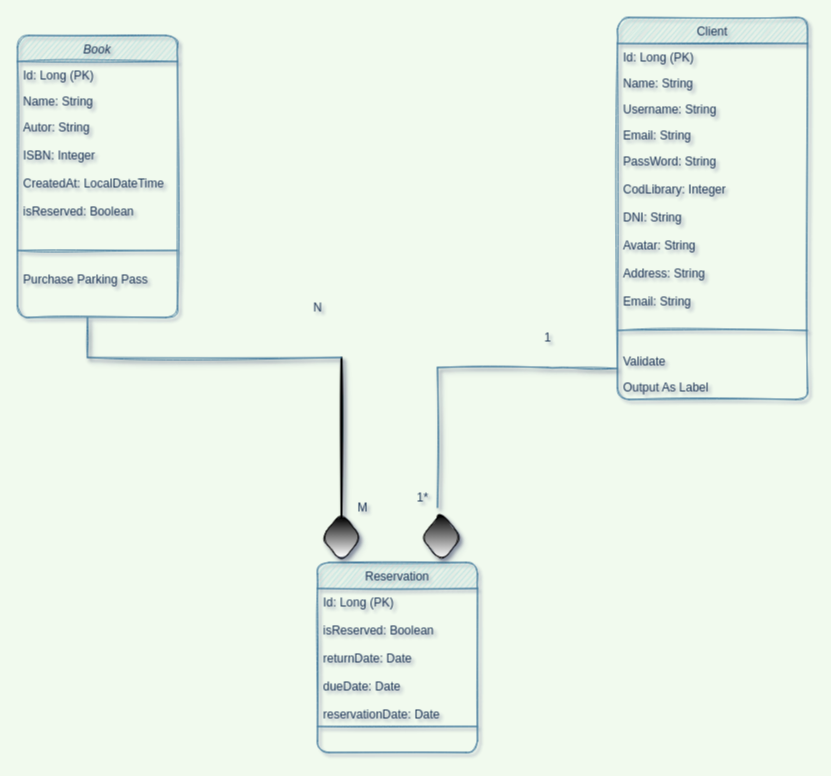
Before: diagram/Diagrama de clases BookLibrary.drawio in marioDAM/Spring-Book, a draw.io diagram. Source tidied: cells renumbered, new cells numbered last; positions are measured from the earlier drawing's top-left corner, leaving out a move shared by most shapes. Both pictures are drawn from the tidied source at 100%, with x=0, y=0 at pixel (17, 17).
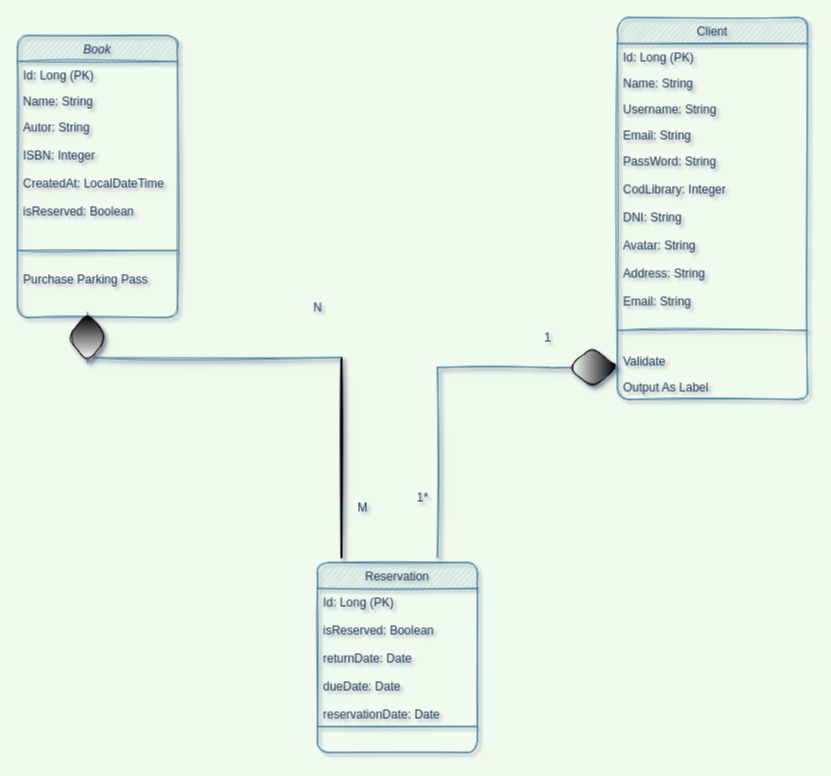
The same diagram, later.

Unchanged cells that the change refers to:
```xml
<mxCell id="8" value="Reservation&#10;" style="swimlane;fontStyle=0;align=center;verticalAlign=top;horizontal=1;startSize=26;rounded=1;shadow=0;strokeWidth=1;fillColor=#A8DADC;strokeColor=#457B9D;fontColor=#1D3557;sketch=1;" parent="1" vertex="1">
  <mxGeometry x="300" y="545" width="160" height="190" as="geometry" />
</mxCell>
```

What changed in the source:
```diff
@@
-    <mxCell id="26" style="rhombus;whiteSpace=wrap;html=1;rounded=1;sketch=1;fontColor=#000000;strokeColor=#000000;fillColor=#000000;shadow=1;labelBackgroundColor=#000000;labelBorderColor=default;gradientColor=#ffffff;" parent="1" vertex="1">
-      <mxGeometry x="304" y="495" width="40" height="50" as="geometry" />
-    </mxCell>
-    <mxCell id="27" style="endArrow=none;endSize=10;endFill=0;shadow=1;strokeWidth=1;rounded=1;edgeStyle=elbowEdgeStyle;elbow=vertical;strokeColor=#457B9D;fontColor=#1D3557;labelBackgroundColor=#F1FAEE;sketch=1;" parent="1" edge="1" source="8" target="26">
-      <mxGeometry relative="1" as="geometry" />
+    <mxCell id="27" style="endArrow=none;endSize=10;endFill=0;shadow=1;strokeWidth=1;rounded=1;edgeStyle=elbowEdgeStyle;elbow=vertical;strokeColor=#457B9D;fontColor=#1D3557;labelBackgroundColor=#F1FAEE;sketch=1;" parent="1" edge="1" source="8">
+      <mxGeometry relative="1" as="geometry">
+        <mxPoint x="324" y="545" as="targetPoint" />
+      </mxGeometry>
     </mxCell>
-    <mxCell id="28" style="rhombus;whiteSpace=wrap;html=1;rounded=1;sketch=1;fontColor=#000000;strokeColor=#000000;fillColor=#000000;shadow=1;labelBackgroundColor=#000000;labelBorderColor=default;gradientColor=#ffffff;" parent="1" vertex="1">
-      <mxGeometry x="404" y="495" width="40" height="50" as="geometry" />
+    <mxCell id="28" style="rhombus;whiteSpace=wrap;html=1;rounded=1;sketch=1;fontColor=#000000;strokeColor=#000000;fillColor=#000000;shadow=1;labelBackgroundColor=#000000;labelBorderColor=default;gradientColor=#ffffff;direction=south;" parent="1" vertex="1">
+      <mxGeometry x="550" y="330" width="50" height="40" as="geometry" />
     </mxCell>
     <mxCell id="29" style="endArrow=none;html=1;rounded=1;shadow=1;sketch=1;fontColor=#000000;strokeColor=#457B9D;fillColor=#A8DADC;" parent="1" edge="1">
       <mxGeometry relative="1" as="geometry">
-        <mxPoint x="420" y="490" as="sourcePoint" />
+        <mxPoint x="420" y="540" as="sourcePoint" />
         <mxPoint x="420" y="350" as="targetPoint" />
       </mxGeometry>
     </mxCell>
     <mxCell id="30" style="line;strokeWidth=2;direction=south;html=1;rounded=1;shadow=1;labelBackgroundColor=#000000;labelBorderColor=default;sketch=1;fontColor=#000000;fillColor=#000000;gradientColor=#ffffff;" parent="1" vertex="1">
-      <mxGeometry x="319" y="340" width="10" height="160" as="geometry" />
+      <mxGeometry x="319" y="340" width="10" height="200" as="geometry" />
     </mxCell>
@@
-    <mxCell id="32" style="endArrow=none;html=1;rounded=1;shadow=1;sketch=1;fontColor=#000000;strokeColor=#457B9D;fillColor=#A8DADC;" parent="1" edge="1">
+    <mxCell id="32" style="endArrow=none;html=1;rounded=1;shadow=1;sketch=1;fontColor=#000000;strokeColor=#457B9D;fillColor=#A8DADC;startArrow=none;" parent="1" edge="1" source="33">
       <mxGeometry relative="1" as="geometry">
-        <mxPoint x="70" y="340" as="sourcePoint" />
         <mxPoint x="70" y="300" as="targetPoint" />
       </mxGeometry>
     </mxCell>
+    <mxCell id="33" style="rhombus;whiteSpace=wrap;html=1;rounded=1;sketch=1;fontColor=#000000;strokeColor=#000000;fillColor=#000000;shadow=1;labelBackgroundColor=#000000;labelBorderColor=default;gradientColor=#ffffff;" parent="1" vertex="1">
+      <mxGeometry x="50" y="295" width="40" height="50" as="geometry" />
+    </mxCell>
+    <mxCell id="34" style="endArrow=none;html=1;rounded=1;shadow=1;sketch=1;fontColor=#000000;strokeColor=#457B9D;fillColor=#A8DADC;" parent="1" edge="1" target="33">
+      <mxGeometry relative="1" as="geometry">
+        <mxPoint x="70" y="340" as="sourcePoint" />
+      </mxGeometry>
+    </mxCell>
```
